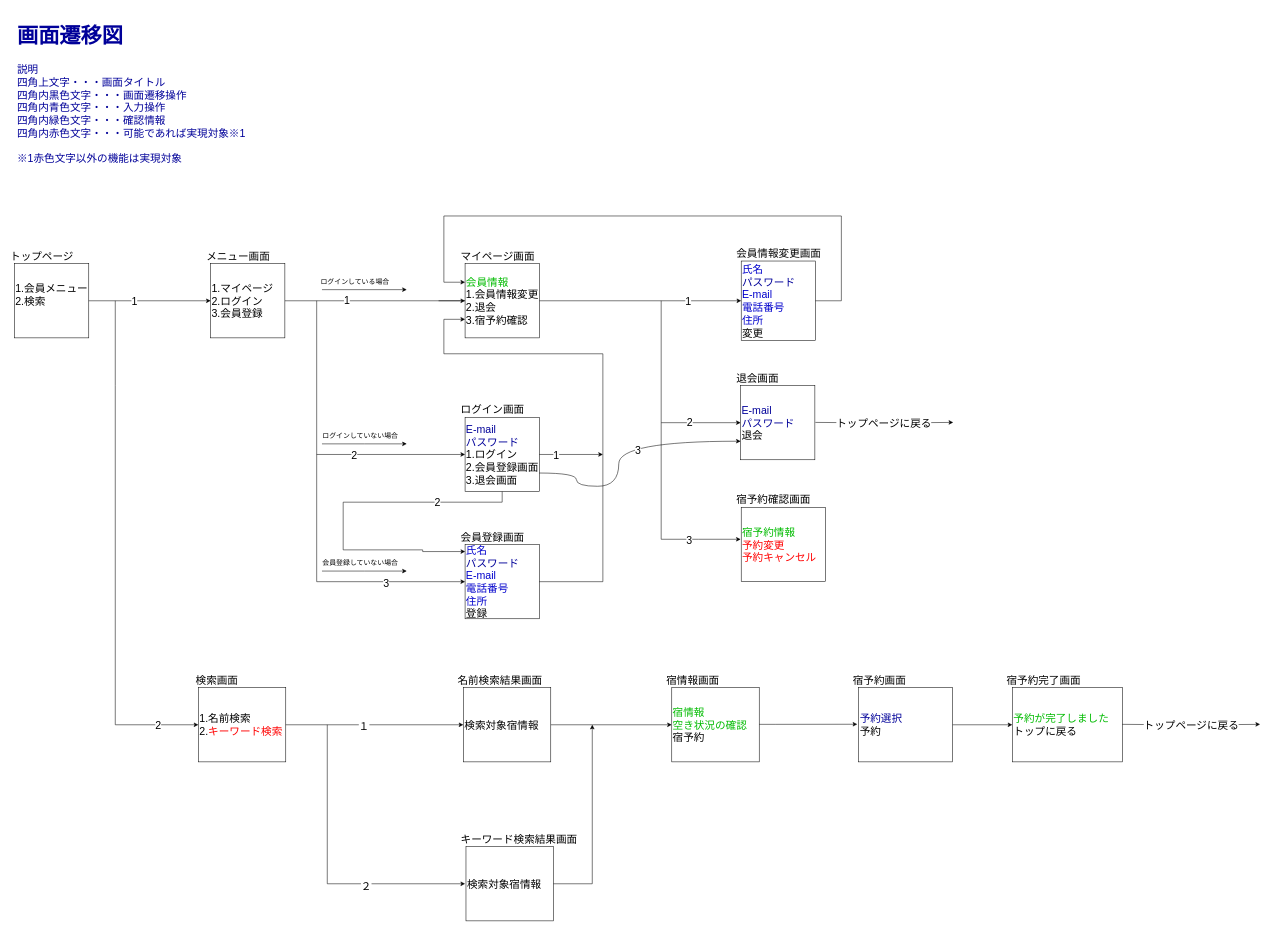
2022java42-student006/document keeps this draw.io diagram as 画面遷移/画面遷移図ユーザ視点.drawio. Above is the earlier version. Source tidied: cells renumbered, new cells numbered last; positions are measured from the earlier drawing's top-left corner, leaving out a move shared by most shapes. Both pictures are drawn from the tidied source at 53%, with x=0, y=0 at pixel (9, 14).
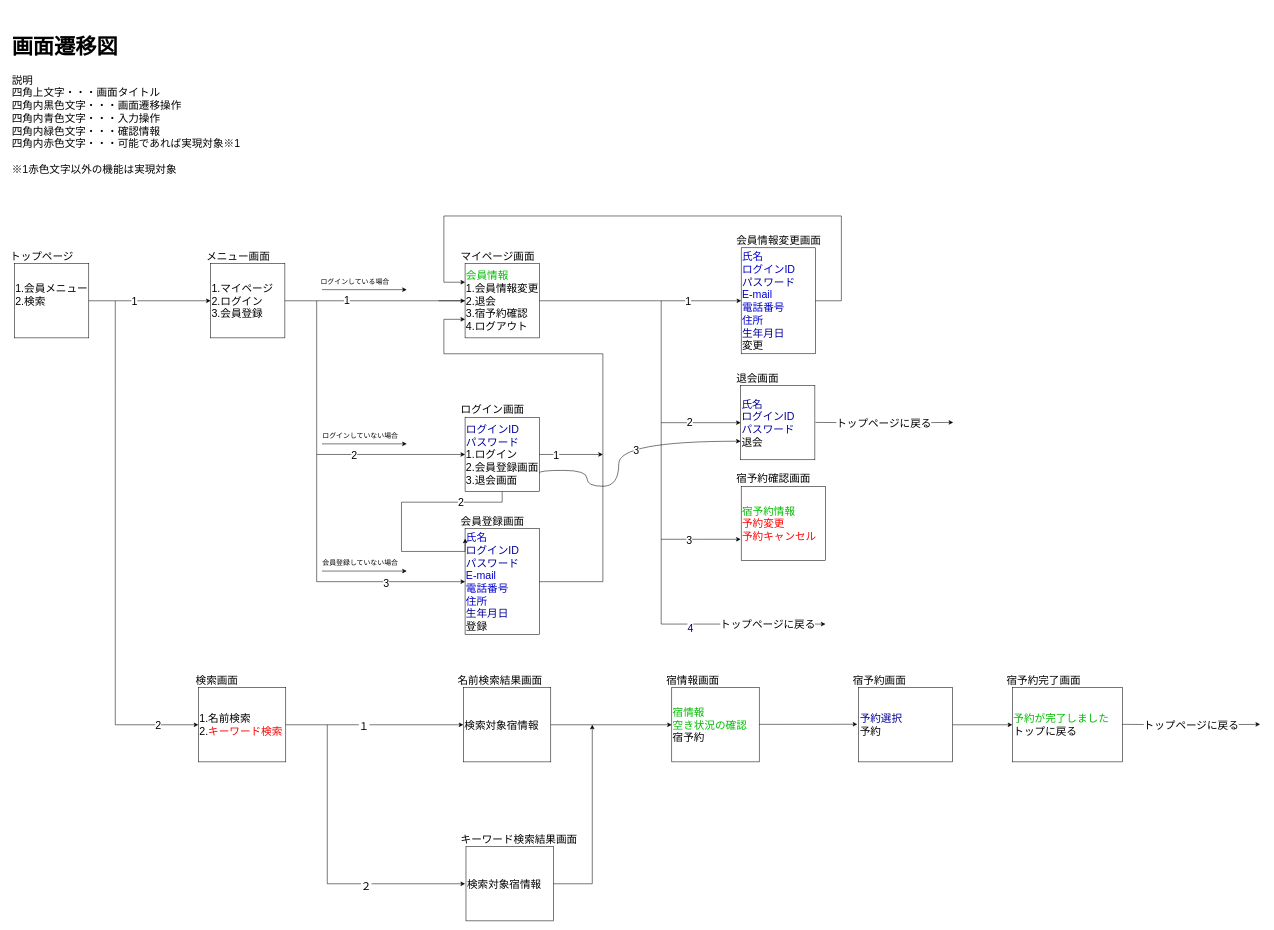
The same diagram, later.

Commit message (it also covers changes not shown here):
画面遷移図ほぼ決定版

The edit, as a diff of the source:
```diff
@@
-    <mxCell id="19" value="&lt;font style=&quot;&quot; color=&quot;#0000cc&quot;&gt;氏名&lt;br&gt;&lt;/font&gt;&lt;font color=&quot;#000099&quot;&gt;パスワード&lt;/font&gt;&lt;br style=&quot;&quot;&gt;&lt;font style=&quot;&quot; color=&quot;#0000cc&quot;&gt;E-mail&lt;/font&gt;&lt;br style=&quot;&quot;&gt;&lt;font style=&quot;&quot; color=&quot;#0000cc&quot;&gt;電話番号&lt;/font&gt;&lt;br style=&quot;&quot;&gt;&lt;font style=&quot;&quot; color=&quot;#0000cc&quot;&gt;住所&lt;/font&gt;&lt;br style=&quot;&quot;&gt;登録" style="rounded=0;whiteSpace=wrap;html=1;fontSize=20;align=left;" parent="1" vertex="1">
-      <mxGeometry x="860" y="1000" width="140" height="140" as="geometry" />
+    <mxCell id="19" value="&lt;font style=&quot;&quot; color=&quot;#0000cc&quot;&gt;氏名&lt;br&gt;&lt;/font&gt;&lt;font color=&quot;#000099&quot;&gt;ログインID&lt;br&gt;パスワード&lt;/font&gt;&lt;br style=&quot;&quot;&gt;&lt;font style=&quot;&quot; color=&quot;#0000cc&quot;&gt;E-mail&lt;/font&gt;&lt;br style=&quot;&quot;&gt;&lt;font style=&quot;&quot; color=&quot;#0000cc&quot;&gt;電話番号&lt;/font&gt;&lt;br style=&quot;&quot;&gt;&lt;font style=&quot;&quot; color=&quot;#0000cc&quot;&gt;住所&lt;br&gt;&lt;/font&gt;&lt;font color=&quot;#000099&quot;&gt;生年月日&lt;/font&gt;&lt;br style=&quot;&quot;&gt;登録" style="rounded=0;whiteSpace=wrap;html=1;fontSize=20;align=left;" parent="1" vertex="1">
+      <mxGeometry x="860" y="970" width="140" height="200" as="geometry" />
     </mxCell>
     <mxCell id="20" value="会員登録画面" style="text;html=1;strokeColor=none;fillColor=none;align=left;verticalAlign=middle;whiteSpace=wrap;rounded=0;fontSize=20;" parent="1" vertex="1">
-      <mxGeometry x="850" y="970" width="140" height="30" as="geometry" />
+      <mxGeometry x="850" y="940" width="140" height="30" as="geometry" />
     </mxCell>
-    <mxCell id="21" value="&lt;font color=&quot;#0000cc&quot;&gt;氏名&lt;br&gt;&lt;/font&gt;&lt;font color=&quot;#000099&quot;&gt;パスワード&lt;/font&gt;&lt;br&gt;&lt;font color=&quot;#0000cc&quot;&gt;E-mail&lt;/font&gt;&lt;br&gt;&lt;font color=&quot;#0000cc&quot;&gt;電話番号&lt;/font&gt;&lt;br&gt;&lt;font color=&quot;#0000cc&quot;&gt;住所&lt;/font&gt;&lt;br&gt;変更" style="rounded=0;whiteSpace=wrap;html=1;fontSize=20;align=left;" parent="1" vertex="1">
-      <mxGeometry x="1381" y="465" width="140" height="150" as="geometry" />
+    <mxCell id="21" value="&lt;font color=&quot;#0000cc&quot;&gt;氏名&lt;br&gt;ログインID&lt;br&gt;&lt;/font&gt;&lt;font color=&quot;#000099&quot;&gt;パスワード&lt;/font&gt;&lt;br&gt;&lt;font color=&quot;#0000cc&quot;&gt;E-mail&lt;/font&gt;&lt;br&gt;&lt;font color=&quot;#0000cc&quot;&gt;電話番号&lt;/font&gt;&lt;br&gt;&lt;font color=&quot;#0000cc&quot;&gt;住所&lt;br&gt;&lt;/font&gt;&lt;span style=&quot;color: rgb(0, 0, 153);&quot;&gt;生年月日&lt;/span&gt;&lt;br&gt;変更" style="rounded=0;whiteSpace=wrap;html=1;fontSize=20;align=left;" parent="1" vertex="1">
+      <mxGeometry x="1381" y="440" width="140" height="200" as="geometry" />
     </mxCell>
     <mxCell id="22" value="会員情報変更画面" style="text;html=1;strokeColor=none;fillColor=none;align=left;verticalAlign=middle;whiteSpace=wrap;rounded=0;fontSize=20;" parent="1" vertex="1">
-      <mxGeometry x="1370" y="435" width="170" height="30" as="geometry" />
+      <mxGeometry x="1370" y="410" width="170" height="30" as="geometry" />
     </mxCell>
-    <mxCell id="23" value="&lt;font color=&quot;#000099&quot;&gt;E-mail&lt;br&gt;パスワード&lt;/font&gt;&lt;br&gt;退会" style="rounded=0;whiteSpace=wrap;html=1;fontSize=20;align=left;" parent="1" vertex="1">
+    <mxCell id="23" value="&lt;font color=&quot;#000099&quot;&gt;氏名&lt;br&gt;ログインID&lt;br&gt;パスワード&lt;/font&gt;&lt;br&gt;退会" style="rounded=0;whiteSpace=wrap;html=1;fontSize=20;align=left;" parent="1" vertex="1">
       <mxGeometry x="1380" y="700" width="140" height="140" as="geometry" />
     </mxCell>
@@
     <mxCell id="29" value="&lt;font color=&quot;#00bb00&quot;&gt;宿予約情報&lt;/font&gt;&lt;br&gt;&lt;font color=&quot;#ff0000&quot;&gt;予約変更&lt;br&gt;予約キャンセル&lt;/font&gt;" style="rounded=0;whiteSpace=wrap;html=1;fontSize=20;align=left;" parent="1" vertex="1">
-      <mxGeometry x="1381" y="930" width="159" height="140" as="geometry" />
+      <mxGeometry x="1381" y="890" width="159" height="140" as="geometry" />
     </mxCell>
     <mxCell id="30" value="宿予約確認画面" style="text;html=1;strokeColor=none;fillColor=none;align=left;verticalAlign=middle;whiteSpace=wrap;rounded=0;fontSize=20;" parent="1" vertex="1">
-      <mxGeometry x="1370" y="900" width="170" height="30" as="geometry" />
+      <mxGeometry x="1370" y="860" width="170" height="30" as="geometry" />
     </mxCell>
-    <mxCell id="31" value="&lt;h1&gt;画面遷移図&lt;/h1&gt;&lt;div&gt;説明&lt;/div&gt;&lt;div&gt;四角上文字・・・画面タイトル&lt;/div&gt;&lt;div&gt;四角内黒色文字・・・画面遷移操作&lt;/div&gt;&lt;div&gt;四角内青色文字・・・入力操作&lt;/div&gt;&lt;div&gt;四角内緑色文字・・・確認情報&lt;/div&gt;&lt;div&gt;四角内赤色文字・・・可能であれば実現対象※1&lt;/div&gt;&lt;div&gt;&lt;br&gt;&lt;/div&gt;&lt;div&gt;※1赤色文字以外の機能は実現対象&lt;/div&gt;&lt;div&gt;&lt;br&gt;&lt;/div&gt;" style="text;html=1;strokeColor=none;fillColor=none;spacing=5;spacingTop=-20;whiteSpace=wrap;overflow=hidden;rounded=0;fontSize=20;fontColor=#000099;" parent="1" vertex="1">
-      <mxGeometry x="10" width="510" height="360" as="geometry" />
-    </mxCell>
@@
-    <mxCell id="35" value="&lt;font color=&quot;#000099&quot;&gt;E-mail&lt;/font&gt;&lt;br&gt;&lt;font color=&quot;#000099&quot;&gt;パスワード&lt;/font&gt;&lt;br&gt;1.ログイン&lt;br&gt;2.会員登録画面&lt;br&gt;3.退会画面" style="rounded=0;whiteSpace=wrap;html=1;fontSize=20;align=left;" parent="1" vertex="1">
+    <mxCell id="35" value="&lt;font color=&quot;#000099&quot;&gt;ログインID&lt;/font&gt;&lt;br&gt;&lt;font color=&quot;#000099&quot;&gt;パスワード&lt;/font&gt;&lt;br&gt;1.ログイン&lt;br&gt;2.会員登録画面&lt;br&gt;3.退会画面" style="rounded=0;whiteSpace=wrap;html=1;fontSize=20;align=left;" parent="1" vertex="1">
       <mxGeometry x="860" y="760" width="140" height="140" as="geometry" />
     </mxCell>
@@
-    <mxCell id="37" value="&lt;font color=&quot;#00bb00&quot;&gt;会員情報&lt;/font&gt;&lt;br&gt;1.会員情報変更&lt;br&gt;2.退会&lt;br&gt;3.宿予約確認" style="rounded=0;whiteSpace=wrap;html=1;fontSize=20;align=left;" parent="1" vertex="1">
+    <mxCell id="37" value="&lt;font color=&quot;#00bb00&quot;&gt;会員情報&lt;/font&gt;&lt;br&gt;1.会員情報変更&lt;br&gt;2.退会&lt;br&gt;3.宿予約確認&lt;br&gt;4.ログアウト" style="rounded=0;whiteSpace=wrap;html=1;fontSize=20;align=left;" parent="1" vertex="1">
       <mxGeometry x="860" y="470" width="140" height="140" as="geometry" />
     </mxCell>
@@
-    <mxCell id="72" style="endArrow=classic;html=1;rounded=0;entryX=0;entryY=0.75;entryDx=0;entryDy=0;exitX=1;exitY=0.75;exitDx=0;exitDy=0;edgeStyle=orthogonalEdgeStyle;curved=1;" parent="1" edge="1" source="35" target="23">
+    <mxCell id="72" style="endArrow=classic;html=1;rounded=0;exitX=1;exitY=0.75;exitDx=0;exitDy=0;edgeStyle=orthogonalEdgeStyle;curved=1;entryX=0;entryY=0.75;entryDx=0;entryDy=0;" parent="1" edge="1" source="35" target="23">
       <mxGeometry relative="1" as="geometry">
         <Array as="points">
-          <mxPoint x="1070" y="865" />
-          <mxPoint x="1070" y="890" />
+          <mxPoint x="1000" y="860" />
+          <mxPoint x="1090" y="860" />
+          <mxPoint x="1090" y="890" />
           <mxPoint x="1150" y="890" />
           <mxPoint x="1150" y="805" />
         </Array>
       </mxGeometry>
     </mxCell>
@@
     <mxCell id="74" style="edgeStyle=orthogonalEdgeStyle;endArrow=classic;html=1;rounded=0;fontSize=20;exitX=0.5;exitY=1;exitDx=0;exitDy=0;entryX=0.001;entryY=0.094;entryDx=0;entryDy=0;entryPerimeter=0;" parent="1" edge="1" source="35" target="19">
       <mxGeometry relative="1" as="geometry">
         <Array as="points">
           <mxPoint x="930" y="920" />
-          <mxPoint x="630" y="920" />
-          <mxPoint x="630" y="1010" />
-          <mxPoint x="780" y="1010" />
-          <mxPoint x="780" y="1013" />
+          <mxPoint x="740" y="920" />
+          <mxPoint x="740" y="1013" />
         </Array>
       </mxGeometry>
     </mxCell>
@@
+    <mxCell id="76" style="endArrow=classic;html=1;rounded=0;fontColor=#000099;edgeStyle=elbowEdgeStyle;" parent="1" edge="1">
+      <mxGeometry relative="1" as="geometry">
+        <mxPoint x="1230" y="990" as="sourcePoint" />
+        <mxPoint x="1540" y="1150" as="targetPoint" />
+        <Array as="points">
+          <mxPoint x="1230" y="1150" />
+        </Array>
+      </mxGeometry>
+    </mxCell>
+    <mxCell id="77" value="4" style="edgeLabel;html=1;align=center;verticalAlign=middle;fontColor=#000099;fontSize=20;" parent="76" vertex="1">
+      <mxGeometry x="-0.09" y="-6" relative="1" as="geometry" />
+    </mxCell>
+    <mxCell id="78" value="トップページに戻る" style="edgeLabel;html=1;align=center;verticalAlign=middle;fontSize=20;fontColor=#000000;" parent="76" vertex="1">
+      <mxGeometry x="0.4" y="1" relative="1" as="geometry">
+        <mxPoint x="31" as="offset" />
+      </mxGeometry>
+    </mxCell>
+    <mxCell id="79" style="edgeStyle=elbowEdgeStyle;rounded=0;orthogonalLoop=1;jettySize=auto;html=1;exitX=1;exitY=0.75;exitDx=0;exitDy=0;fontSize=20;fontColor=#000000;" parent="1" edge="1">
+      <mxGeometry relative="1" as="geometry">
+        <mxPoint x="520" y="270" as="sourcePoint" />
+        <mxPoint x="520" y="270" as="targetPoint" />
+      </mxGeometry>
+    </mxCell>
+    <mxCell id="31" value="&lt;h1&gt;画面遷移図&lt;/h1&gt;&lt;div&gt;説明&lt;/div&gt;&lt;div&gt;四角上文字・・・画面タイトル&lt;/div&gt;&lt;div&gt;四角内黒色文字・・・画面遷移操作&lt;/div&gt;&lt;div&gt;四角内青色文字・・・入力操作&lt;/div&gt;&lt;div&gt;四角内緑色文字・・・確認情報&lt;/div&gt;&lt;div&gt;四角内赤色文字・・・可能であれば実現対象※1&lt;/div&gt;&lt;div&gt;&lt;br&gt;&lt;/div&gt;&lt;div&gt;※1赤色文字以外の機能は実現対象&lt;/div&gt;&lt;div&gt;&lt;br&gt;&lt;/div&gt;" style="text;html=1;strokeColor=none;fillColor=none;spacing=5;spacingTop=-20;whiteSpace=wrap;overflow=hidden;rounded=0;fontSize=20;fontColor=#000000;" parent="1" vertex="1">
+      <mxGeometry y="20" width="510" height="360" as="geometry" />
+    </mxCell>
```
